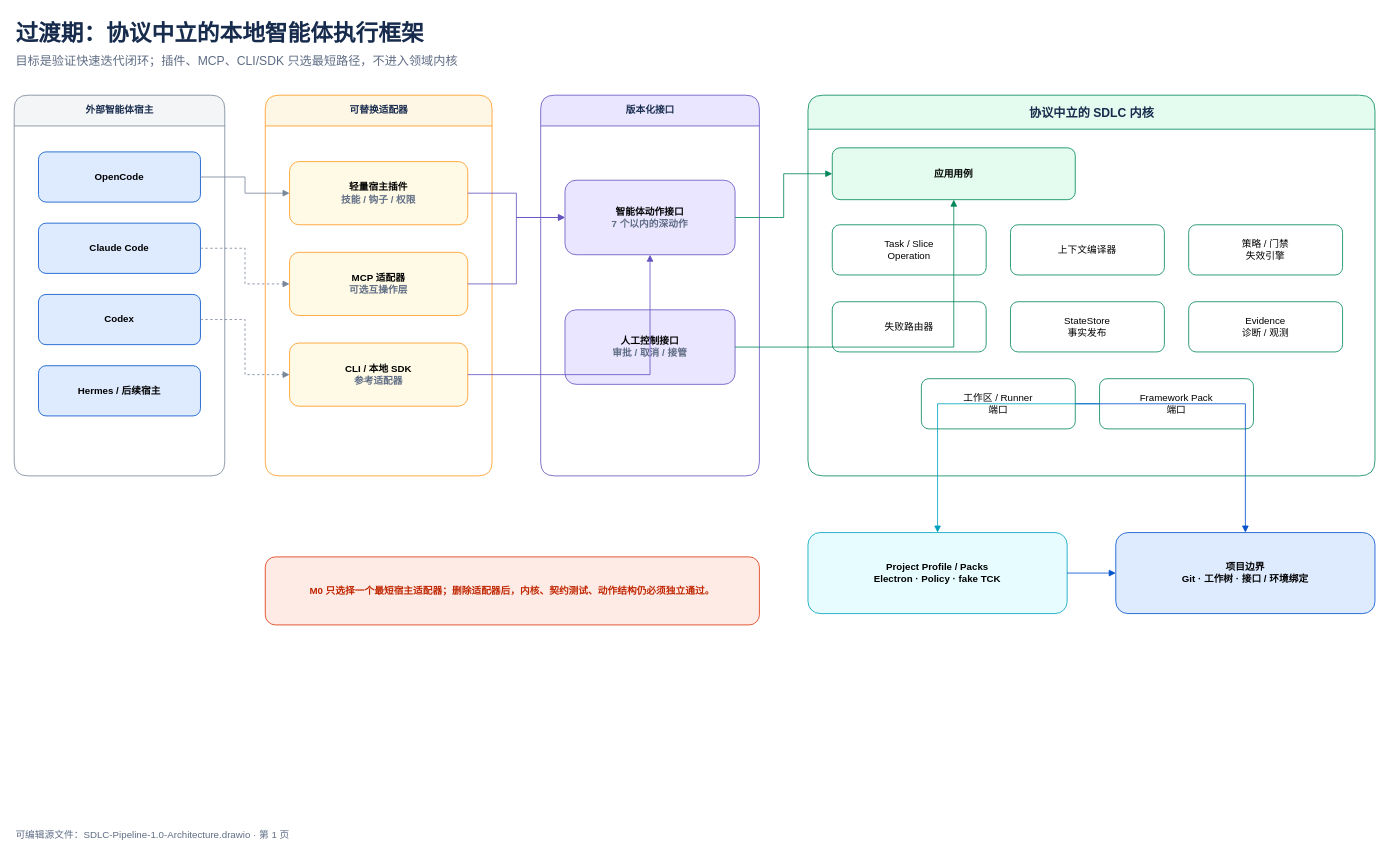
Before: page "01-过渡期本地执行框架" (1 of 4) of docs/v1.0/diagrams/SDLC-Pipeline-1.0-Architecture.drawio in Gandufu/sdlc-factory, a draw.io diagram. Source tidied: cells renumbered, new cells numbered last; positions are measured from the earlier drawing's top-left corner, leaving out a move shared by most shapes. Both pictures are drawn from the tidied source at 81%, with x=0, y=0 at pixel (14, 14).
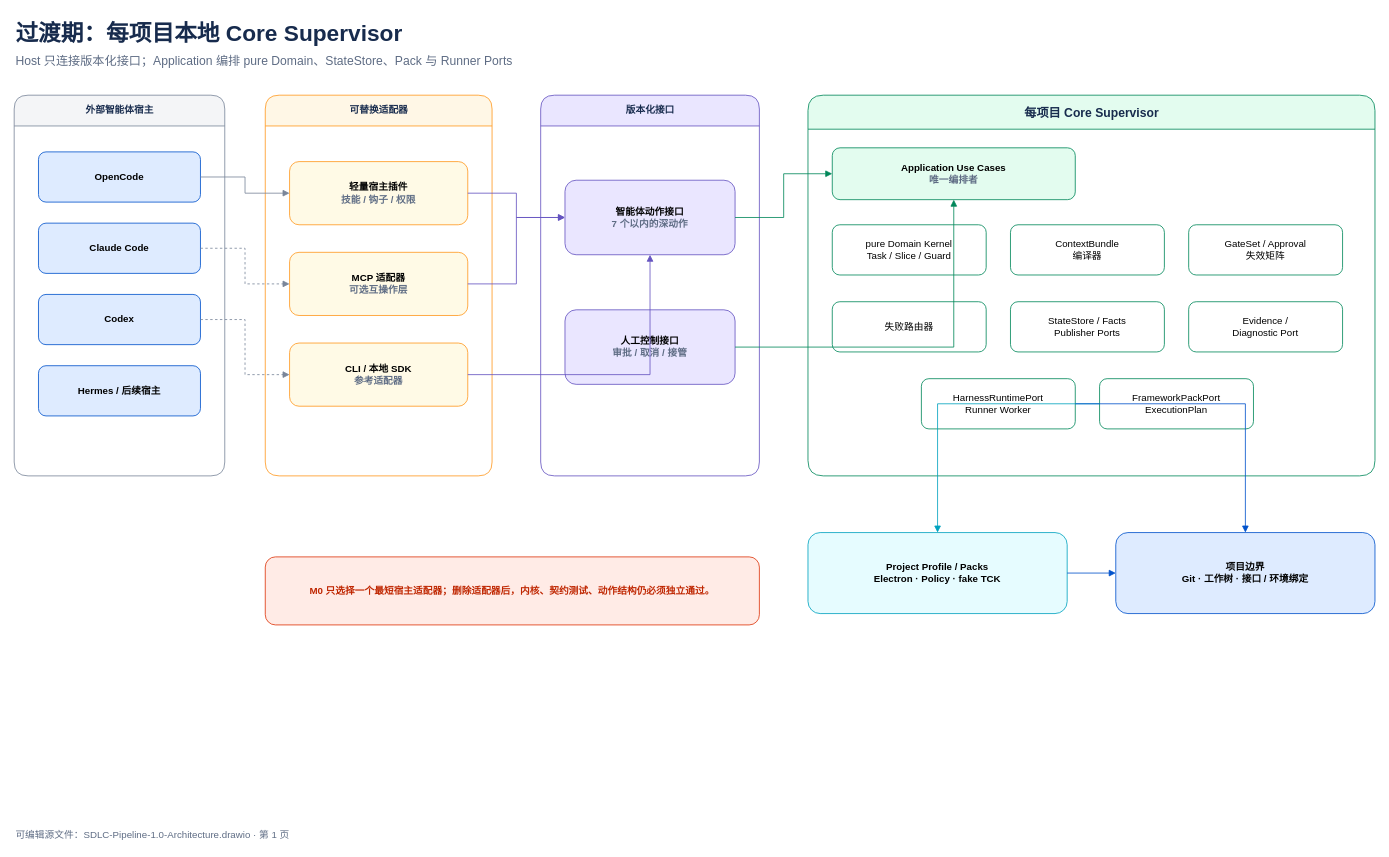
Above is the later version.

Change to the diagram source:
```diff
@@
-    <mxCell id="2" value="过渡期：协议中立的本地智能体执行框架" style="text;html=1;strokeColor=none;fillColor=none;fontSize=28;fontStyle=1;fontColor=#172B4D;align=left;" parent="1" vertex="1">
+    <mxCell id="2" value="过渡期：每项目本地 Core Supervisor" style="text;html=1;strokeColor=none;fillColor=none;fontSize=28;fontStyle=1;fontColor=#172B4D;align=left;" parent="1" vertex="1">
       <mxGeometry width="900" height="40" as="geometry" />
     </mxCell>
-    <mxCell id="3" value="目标是验证快速迭代闭环；插件、MCP、CLI/SDK 只选最短路径，不进入领域内核" style="text;html=1;strokeColor=none;fillColor=none;fontSize=15;fontColor=#5E6C84;align=left;" parent="1" vertex="1">
-      <mxGeometry y="42" width="1100" height="30" as="geometry" />
+    <mxCell id="3" value="Host 只连接版本化接口；Application 编排 pure Domain、StateStore、Pack 与 Runner Ports" style="text;html=1;strokeColor=none;fillColor=none;fontSize=15;fontColor=#5E6C84;align=left;" parent="1" vertex="1">
+      <mxGeometry y="42" width="1250" height="30" as="geometry" />
     </mxCell>
@@
-    <mxCell id="16" value="协议中立的 SDLC 内核" style="swimlane;html=1;rounded=1;startSize=42;fillColor=#E3FCEF;strokeColor=#00875A;fontColor=#172B4D;fontStyle=1;fontSize=15;" parent="1" vertex="1">
+    <mxCell id="16" value="每项目 Core Supervisor" style="swimlane;html=1;rounded=1;startSize=42;fillColor=#E3FCEF;strokeColor=#00875A;fontColor=#172B4D;fontStyle=1;fontSize=15;" parent="1" vertex="1">
       <mxGeometry x="980" y="100" width="700" height="470" as="geometry" />
     </mxCell>
-    <mxCell id="17" value="应用用例" style="rounded=1;whiteSpace=wrap;html=1;fillColor=#E3FCEF;strokeColor=#00875A;fontStyle=1;" parent="16" vertex="1">
+    <mxCell id="17" value="Application Use Cases&lt;br&gt;&lt;font color=&quot;#5E6C84&quot;&gt;唯一编排者&lt;/font&gt;" style="rounded=1;whiteSpace=wrap;html=1;fillColor=#E3FCEF;strokeColor=#00875A;fontStyle=1;" parent="16" vertex="1">
       <mxGeometry x="30" y="65" width="300" height="64" as="geometry" />
     </mxCell>
-    <mxCell id="18" value="Task / Slice&lt;br&gt;Operation" style="rounded=1;whiteSpace=wrap;html=1;fillColor=#FFFFFF;strokeColor=#00875A;" parent="16" vertex="1">
+    <mxCell id="18" value="pure Domain Kernel&lt;br&gt;Task / Slice / Guard" style="rounded=1;whiteSpace=wrap;html=1;fillColor=#FFFFFF;strokeColor=#00875A;" parent="16" vertex="1">
       <mxGeometry x="30" y="160" width="190" height="62" as="geometry" />
     </mxCell>
-    <mxCell id="19" value="上下文编译器" style="rounded=1;whiteSpace=wrap;html=1;fillColor=#FFFFFF;strokeColor=#00875A;" parent="16" vertex="1">
+    <mxCell id="19" value="ContextBundle&lt;br&gt;编译器" style="rounded=1;whiteSpace=wrap;html=1;fillColor=#FFFFFF;strokeColor=#00875A;" parent="16" vertex="1">
       <mxGeometry x="250" y="160" width="190" height="62" as="geometry" />
     </mxCell>
-    <mxCell id="20" value="策略 / 门禁&lt;br&gt;失效引擎" style="rounded=1;whiteSpace=wrap;html=1;fillColor=#FFFFFF;strokeColor=#00875A;" parent="16" vertex="1">
+    <mxCell id="20" value="GateSet / Approval&lt;br&gt;失效矩阵" style="rounded=1;whiteSpace=wrap;html=1;fillColor=#FFFFFF;strokeColor=#00875A;" parent="16" vertex="1">
       <mxGeometry x="470" y="160" width="190" height="62" as="geometry" />
     </mxCell>
@@
-    <mxCell id="22" value="StateStore&lt;br&gt;事实发布" style="rounded=1;whiteSpace=wrap;html=1;fillColor=#FFFFFF;strokeColor=#00875A;" parent="16" vertex="1">
+    <mxCell id="22" value="StateStore / Facts&lt;br&gt;Publisher Ports" style="rounded=1;whiteSpace=wrap;html=1;fillColor=#FFFFFF;strokeColor=#00875A;" parent="16" vertex="1">
       <mxGeometry x="250" y="255" width="190" height="62" as="geometry" />
     </mxCell>
-    <mxCell id="23" value="Evidence&lt;br&gt;诊断 / 观测" style="rounded=1;whiteSpace=wrap;html=1;fillColor=#FFFFFF;strokeColor=#00875A;" parent="16" vertex="1">
+    <mxCell id="23" value="Evidence /&lt;br&gt;Diagnostic Port" style="rounded=1;whiteSpace=wrap;html=1;fillColor=#FFFFFF;strokeColor=#00875A;" parent="16" vertex="1">
       <mxGeometry x="470" y="255" width="190" height="62" as="geometry" />
     </mxCell>
-    <mxCell id="24" value="工作区 / Runner&lt;br&gt;端口" style="rounded=1;whiteSpace=wrap;html=1;fillColor=#FFFFFF;strokeColor=#00875A;" parent="16" vertex="1">
+    <mxCell id="24" value="HarnessRuntimePort&lt;br&gt;Runner Worker" style="rounded=1;whiteSpace=wrap;html=1;fillColor=#FFFFFF;strokeColor=#00875A;" parent="16" vertex="1">
       <mxGeometry x="140" y="350" width="190" height="62" as="geometry" />
     </mxCell>
-    <mxCell id="25" value="Framework Pack&lt;br&gt;端口" style="rounded=1;whiteSpace=wrap;html=1;fillColor=#FFFFFF;strokeColor=#00875A;" parent="16" vertex="1">
+    <mxCell id="25" value="FrameworkPackPort&lt;br&gt;ExecutionPlan" style="rounded=1;whiteSpace=wrap;html=1;fillColor=#FFFFFF;strokeColor=#00875A;" parent="16" vertex="1">
       <mxGeometry x="360" y="350" width="190" height="62" as="geometry" />
     </mxCell>
```
